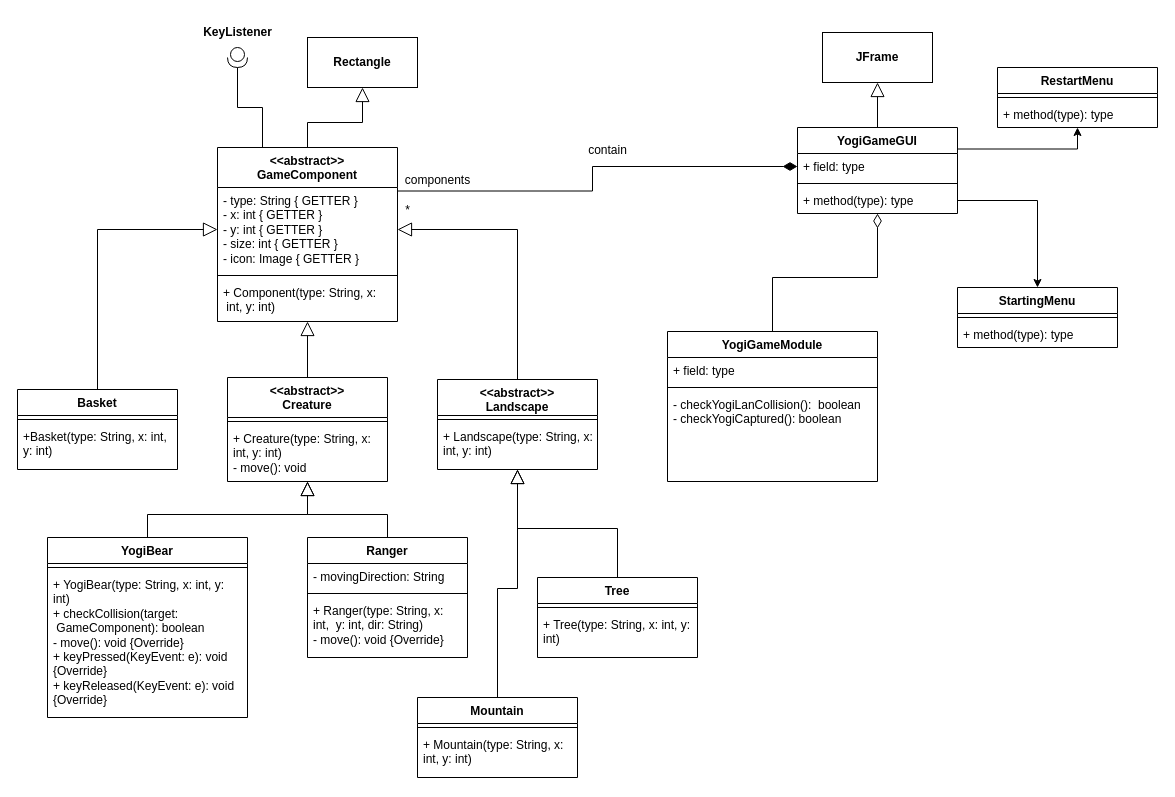
This is thirdAssignment.drawio from summertx/uml, a draw.io file, before an edit. Source tidied: cells renumbered, new cells numbered last; positions are measured from the earlier drawing's top-left corner, leaving out a move shared by most shapes. Both pictures are drawn from the tidied source at 100%, with x=0, y=0 at pixel (17, 17).
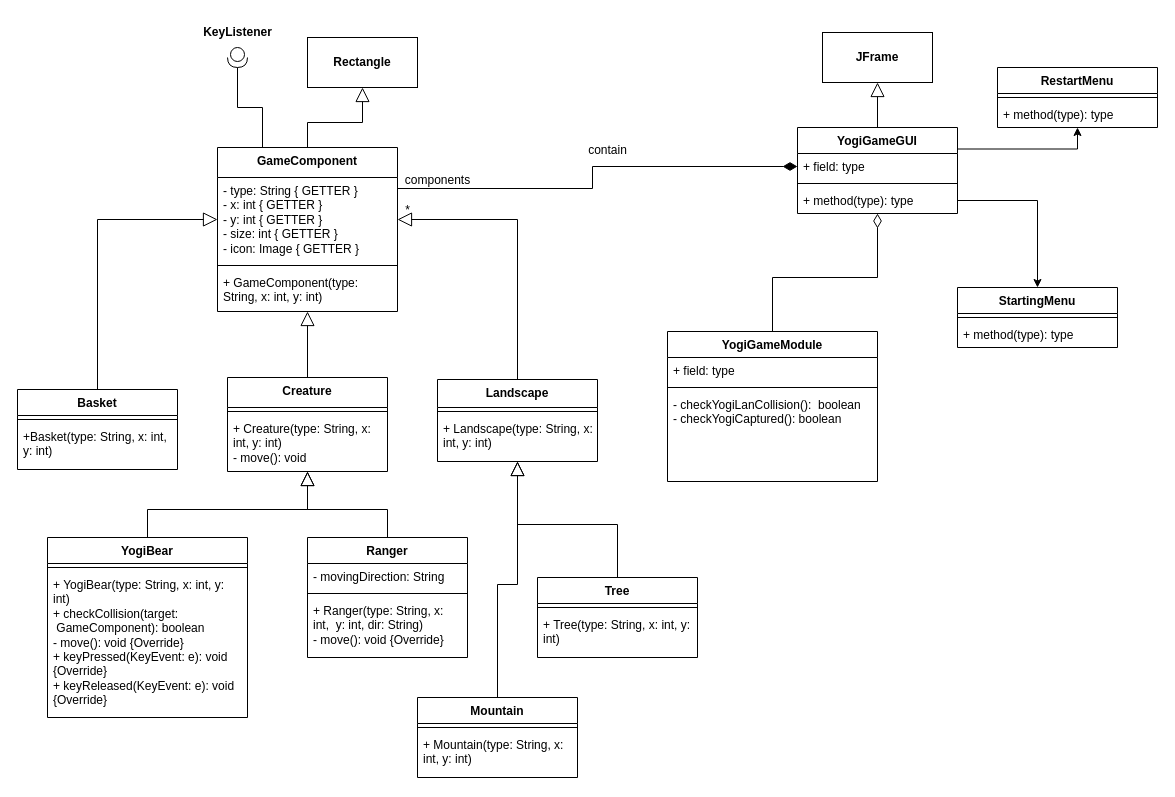
Above is the later version.

What changed in the source:
```diff
@@
-    <mxCell id="3" value="&lt;div&gt;&amp;lt;&amp;lt;abstract&amp;gt;&amp;gt;&lt;/div&gt;Creature" style="swimlane;fontStyle=1;align=center;verticalAlign=top;horizontal=1;startSize=40;whiteSpace=wrap;html=1;" parent="1" vertex="1">
-      <mxGeometry x="210" y="360" width="160" height="104" as="geometry" />
+    <mxCell id="3" value="&lt;div&gt;&lt;span style=&quot;background-color: initial;&quot;&gt;Creature&lt;/span&gt;&lt;/div&gt;" style="swimlane;fontStyle=1;align=center;verticalAlign=top;horizontal=1;startSize=30;whiteSpace=wrap;html=1;" parent="1" vertex="1">
+      <mxGeometry x="210" y="360" width="160" height="94" as="geometry" />
     </mxCell>
     <mxCell id="4" style="line;strokeWidth=1;fillColor=none;align=left;verticalAlign=middle;spacingTop=-1;spacingLeft=3;spacingRight=3;labelPosition=right;strokeColor=inherit;" parent="3" vertex="1">
-      <mxGeometry y="40" width="160" height="8" as="geometry" />
+      <mxGeometry y="30" width="160" height="8" as="geometry" />
     </mxCell>
     <mxCell id="5" value="&lt;div&gt;+ Creature(type: String, x: int, y: int)&lt;/div&gt;- move(): void" style="text;strokeColor=none;fillColor=none;align=left;verticalAlign=top;spacingLeft=4;spacingRight=4;overflow=hidden;whiteSpace=wrap;html=1;" parent="3" vertex="1">
-      <mxGeometry y="48" width="160" height="56" as="geometry" />
+      <mxGeometry y="38" width="160" height="56" as="geometry" />
     </mxCell>
@@
-    <mxCell id="15" value="&lt;div&gt;&amp;lt;&amp;lt;abstract&amp;gt;&amp;gt;&lt;/div&gt;Landscape" style="swimlane;fontStyle=1;align=center;verticalAlign=top;horizontal=1;startSize=36;whiteSpace=wrap;html=1;" parent="1" vertex="1">
-      <mxGeometry x="420" y="362" width="160" height="90" as="geometry" />
+    <mxCell id="15" value="&lt;div&gt;&lt;span style=&quot;background-color: initial;&quot;&gt;Landscape&lt;/span&gt;&lt;/div&gt;" style="swimlane;fontStyle=1;align=center;verticalAlign=top;horizontal=1;startSize=28;whiteSpace=wrap;html=1;" parent="1" vertex="1">
+      <mxGeometry x="420" y="362" width="160" height="82" as="geometry" />
     </mxCell>
     <mxCell id="16" style="line;strokeWidth=1;fillColor=none;align=left;verticalAlign=middle;spacingTop=-1;spacingLeft=3;spacingRight=3;labelPosition=right;strokeColor=inherit;" parent="15" vertex="1">
-      <mxGeometry y="36" width="160" height="8" as="geometry" />
+      <mxGeometry y="28" width="160" height="8" as="geometry" />
     </mxCell>
     <mxCell id="17" value="+ Landscape(type: String, x: int, y: int)" style="text;strokeColor=none;fillColor=none;align=left;verticalAlign=top;spacingLeft=4;spacingRight=4;overflow=hidden;whiteSpace=wrap;html=1;" parent="15" vertex="1">
-      <mxGeometry y="44" width="160" height="46" as="geometry" />
+      <mxGeometry y="36" width="160" height="46" as="geometry" />
     </mxCell>
@@
-    <mxCell id="21" value="&lt;div&gt;&amp;lt;&amp;lt;abstract&amp;gt;&amp;gt;&lt;/div&gt;GameComponent" style="swimlane;fontStyle=1;align=center;verticalAlign=top;horizontal=1;startSize=40;whiteSpace=wrap;html=1;" parent="1" vertex="1">
-      <mxGeometry x="200" y="130" width="180" height="174" as="geometry" />
+    <mxCell id="21" value="&lt;div&gt;&lt;span style=&quot;background-color: initial;&quot;&gt;GameComponent&lt;/span&gt;&lt;/div&gt;" style="swimlane;fontStyle=1;align=center;verticalAlign=top;horizontal=1;startSize=30;whiteSpace=wrap;html=1;" parent="1" vertex="1">
+      <mxGeometry x="200" y="130" width="180" height="164" as="geometry" />
     </mxCell>
     <mxCell id="22" value="&lt;div&gt;- type: String { GETTER }&lt;/div&gt;- x: int { GETTER }&lt;div&gt;- y: int { GETTER }&lt;/div&gt;&lt;div&gt;- size: int { GETTER }&lt;/div&gt;&lt;div&gt;- icon: Image { GETTER }&amp;nbsp;&lt;/div&gt;" style="text;strokeColor=none;fillColor=none;align=left;verticalAlign=top;spacingLeft=4;spacingRight=4;overflow=hidden;points=[[0,0.5],[1,0.5]];portConstraint=eastwest;whiteSpace=wrap;html=1;" parent="21" vertex="1">
-      <mxGeometry y="40" width="180" height="84" as="geometry" />
+      <mxGeometry y="30" width="180" height="84" as="geometry" />
     </mxCell>
     <mxCell id="23" style="line;strokeWidth=1;fillColor=none;align=left;verticalAlign=middle;spacingTop=-1;spacingLeft=3;spacingRight=3;labelPosition=right;strokeColor=inherit;" parent="21" vertex="1">
-      <mxGeometry y="124" width="180" height="8" as="geometry" />
+      <mxGeometry y="114" width="180" height="8" as="geometry" />
     </mxCell>
-    <mxCell id="24" value="&lt;div&gt;+ Component(type: String, x:&amp;nbsp; &amp;nbsp; &amp;nbsp;int, y: int)&lt;/div&gt;" style="text;strokeColor=none;fillColor=none;align=left;verticalAlign=top;spacingLeft=4;spacingRight=4;overflow=hidden;whiteSpace=wrap;html=1;" parent="21" vertex="1">
-      <mxGeometry y="132" width="180" height="42" as="geometry" />
+    <mxCell id="24" value="&lt;div&gt;+ GameComponent(type: String, x: int, y: int)&lt;/div&gt;" style="text;strokeColor=none;fillColor=none;align=left;verticalAlign=top;spacingLeft=4;spacingRight=4;overflow=hidden;whiteSpace=wrap;html=1;" parent="21" vertex="1">
+      <mxGeometry y="122" width="180" height="42" as="geometry" />
     </mxCell>
```
